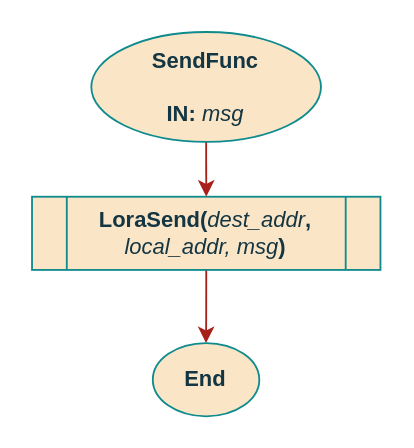
Above: page "sendFunc" (4 of 4) of documentation/flowcharts/02Classes/CLoraComm.drawio in ESRGgroup9/slipad (draw.io), before the change. Source tidied: cells renumbered, new cells numbered last; positions are measured from the earlier drawing's top-left corner, leaving out a move shared by most shapes. Both pictures are drawn from the tidied source at 183%, with x=0, y=0 at pixel (31, 31).
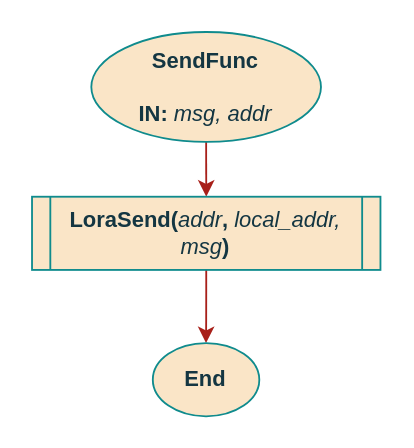
Above is the later version.

Change to the diagram source:
```diff
@@
 <mxGraphModel>
   <root>
     <mxCell id="0" />
     <mxCell id="1" parent="0" />
     <mxCell id="2" style="edgeStyle=orthogonalEdgeStyle;rounded=1;jettySize=auto;html=1;exitX=0.5;exitY=1;exitDx=0;exitDy=0;entryX=0.5;entryY=0;entryDx=0;entryDy=0;strokeColor=#A8201A;" parent="1" edge="1" source="3" target="5">
       <mxGeometry relative="1" as="geometry" />
     </mxCell>
-    <mxCell id="3" value="&lt;div&gt;SendFunc&lt;/div&gt;&lt;div&gt;&lt;br&gt;&lt;/div&gt;&lt;div&gt;IN:&lt;i&gt; &lt;span style=&quot;font-weight: normal&quot;&gt;msg&lt;/span&gt;&lt;/i&gt;&lt;span style=&quot;font-weight: normal&quot;&gt;&lt;/span&gt;&lt;br&gt;&lt;/div&gt;" style="ellipse;whiteSpace=wrap;html=1;fillColor=#FAE5C7;strokeColor=#0F8B8D;fontColor=#143642;fontStyle=1;" parent="1" vertex="1">
+    <mxCell id="3" value="&lt;div&gt;SendFunc&lt;/div&gt;&lt;div&gt;&lt;br&gt;&lt;/div&gt;&lt;div&gt;IN:&lt;i&gt; &lt;span style=&quot;font-weight: normal&quot;&gt;msg, addr&lt;/span&gt;&lt;/i&gt;&lt;span style=&quot;font-weight: normal&quot;&gt;&lt;/span&gt;&lt;br&gt;&lt;/div&gt;" style="ellipse;whiteSpace=wrap;html=1;fillColor=#FAE5C7;strokeColor=#0F8B8D;fontColor=#143642;fontStyle=1;" parent="1" vertex="1">
       <mxGeometry x="32.4" width="125.5" height="60" as="geometry" />
     </mxCell>
     <mxCell id="4" style="edgeStyle=orthogonalEdgeStyle;curved=0;rounded=1;sketch=0;jettySize=auto;html=1;fontColor=#143642;strokeColor=#A8201A;fillColor=#FAE5C7;entryX=0.5;entryY=0;entryDx=0;entryDy=0;exitX=0.5;exitY=1;exitDx=0;exitDy=0;" parent="1" edge="1" source="5" target="6">
       <mxGeometry relative="1" as="geometry" />
     </mxCell>
-    <mxCell id="5" value="&lt;b&gt;LoraSend(&lt;/b&gt;&lt;i&gt;dest_addr&lt;/i&gt;&lt;b&gt;, &lt;/b&gt;&lt;i&gt;local_addr, msg&lt;/i&gt;&lt;b&gt;)&lt;/b&gt;" style="shape=process;whiteSpace=wrap;html=1;backgroundOutline=1;rounded=0;sketch=0;fontColor=#143642;strokeColor=#0F8B8D;fillColor=#FAE5C7;" parent="1" vertex="1">
+    <mxCell id="5" value="&lt;b&gt;LoraSend(&lt;/b&gt;&lt;i&gt;&lt;span style=&quot;font-weight: normal&quot;&gt;addr&lt;/span&gt;&lt;/i&gt;&lt;b&gt;, &lt;/b&gt;&lt;i&gt;local_addr, msg&lt;/i&gt;&lt;b&gt;)&lt;/b&gt;" style="shape=process;whiteSpace=wrap;html=1;backgroundOutline=1;rounded=0;sketch=0;fontColor=#143642;strokeColor=#0F8B8D;fillColor=#FAE5C7;size=0.05252928507643011;" parent="1" vertex="1">
       <mxGeometry y="90" width="190.4" height="40" as="geometry" />
     </mxCell>
     <mxCell id="6" value="End" style="ellipse;whiteSpace=wrap;html=1;fillColor=#FAE5C7;strokeColor=#0F8B8D;fontColor=#143642;fontStyle=1;" parent="1" vertex="1">
       <mxGeometry x="66" y="170" width="58.2" height="40" as="geometry" />
     </mxCell>
   </root>
 </mxGraphModel>
```
